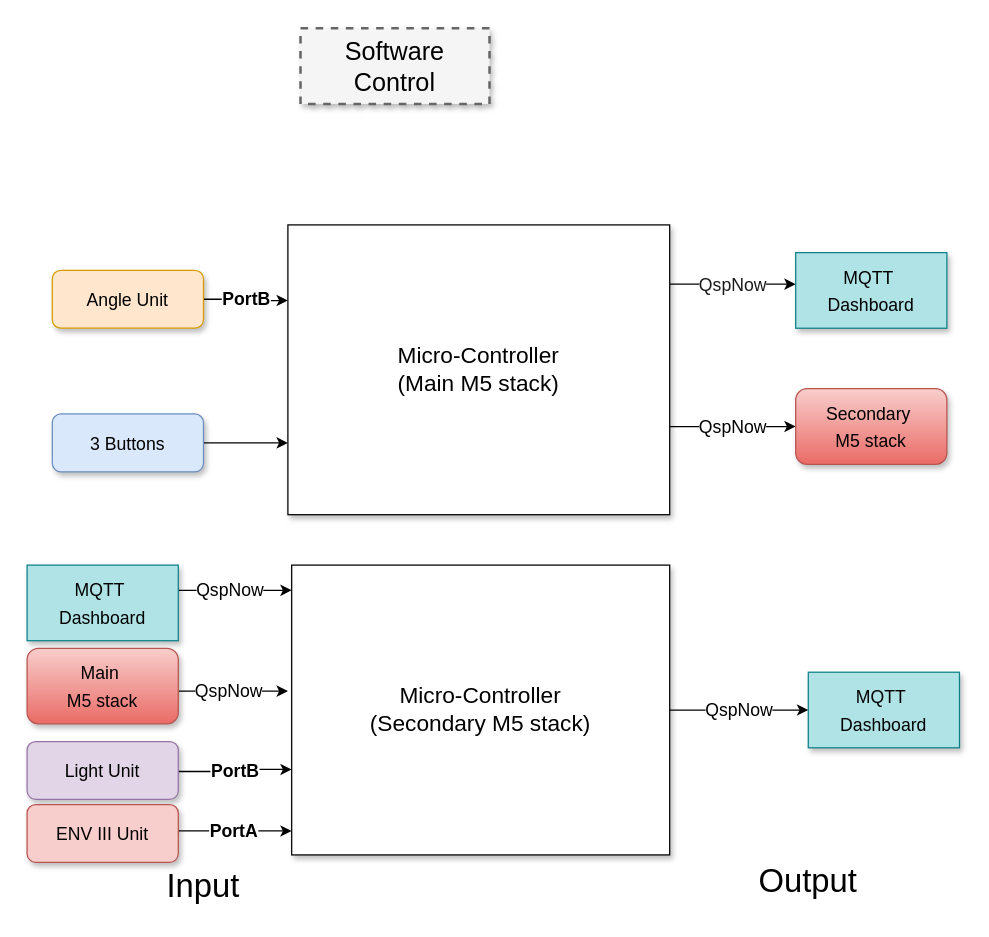
Above: Untitled Diagram.drawio in Doris252/EEP (draw.io), before the change. Source tidied: cells renumbered, new cells numbered last; positions are measured from the earlier drawing's top-left corner, leaving out a move shared by most shapes. Both pictures are drawn from the tidied source at 126%, with x=0, y=0 at pixel (26, 28).
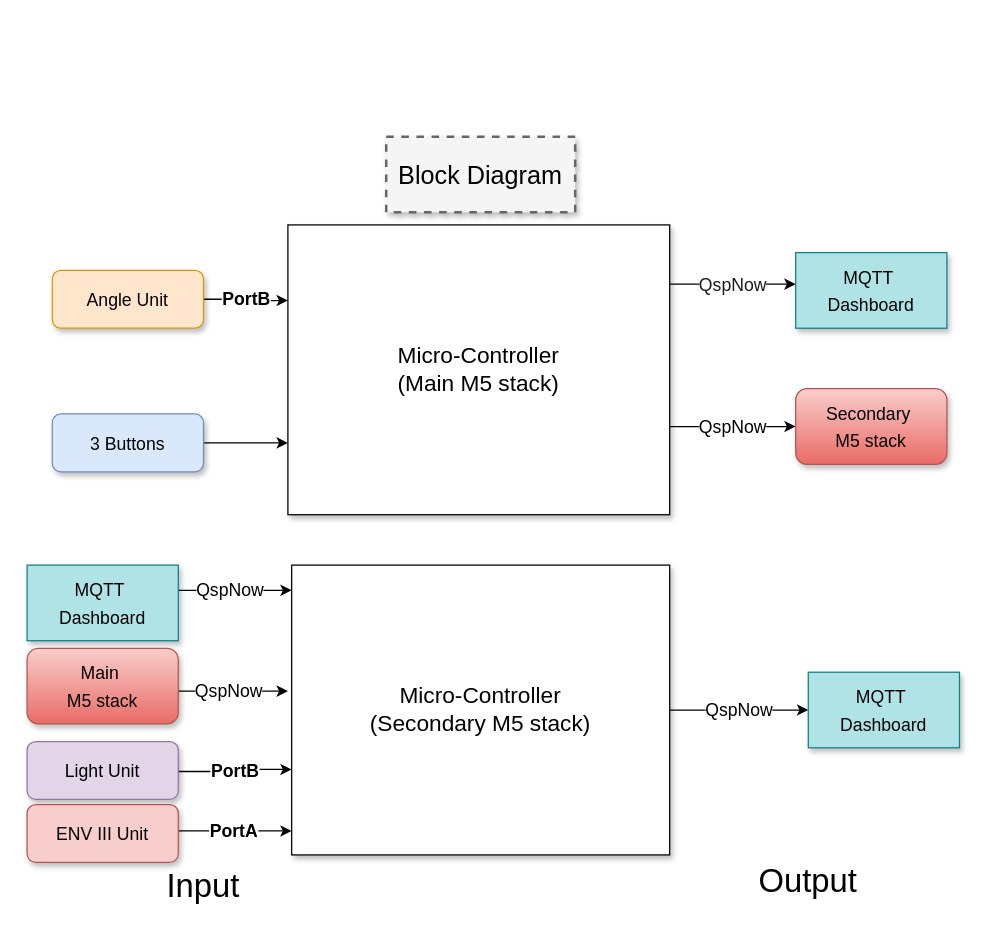
Above is the later version.

Change to the diagram source:
```diff
@@
-    <mxCell id="2" value="Software Control" style="whiteSpace=wrap;html=1;shadow=1;fontSize=20;fillColor=#f5f5f5;strokeColor=#666666;strokeWidth=2;dashed=1;" parent="1" vertex="1">
-      <mxGeometry x="217" width="150" height="60" as="geometry" />
+    <mxCell id="2" value="Block Diagram" style="whiteSpace=wrap;html=1;shadow=1;fontSize=20;fillColor=#f5f5f5;strokeColor=#666666;strokeWidth=2;dashed=1;" parent="1" vertex="1">
+      <mxGeometry x="285" y="86" width="150" height="60" as="geometry" />
     </mxCell>
```
